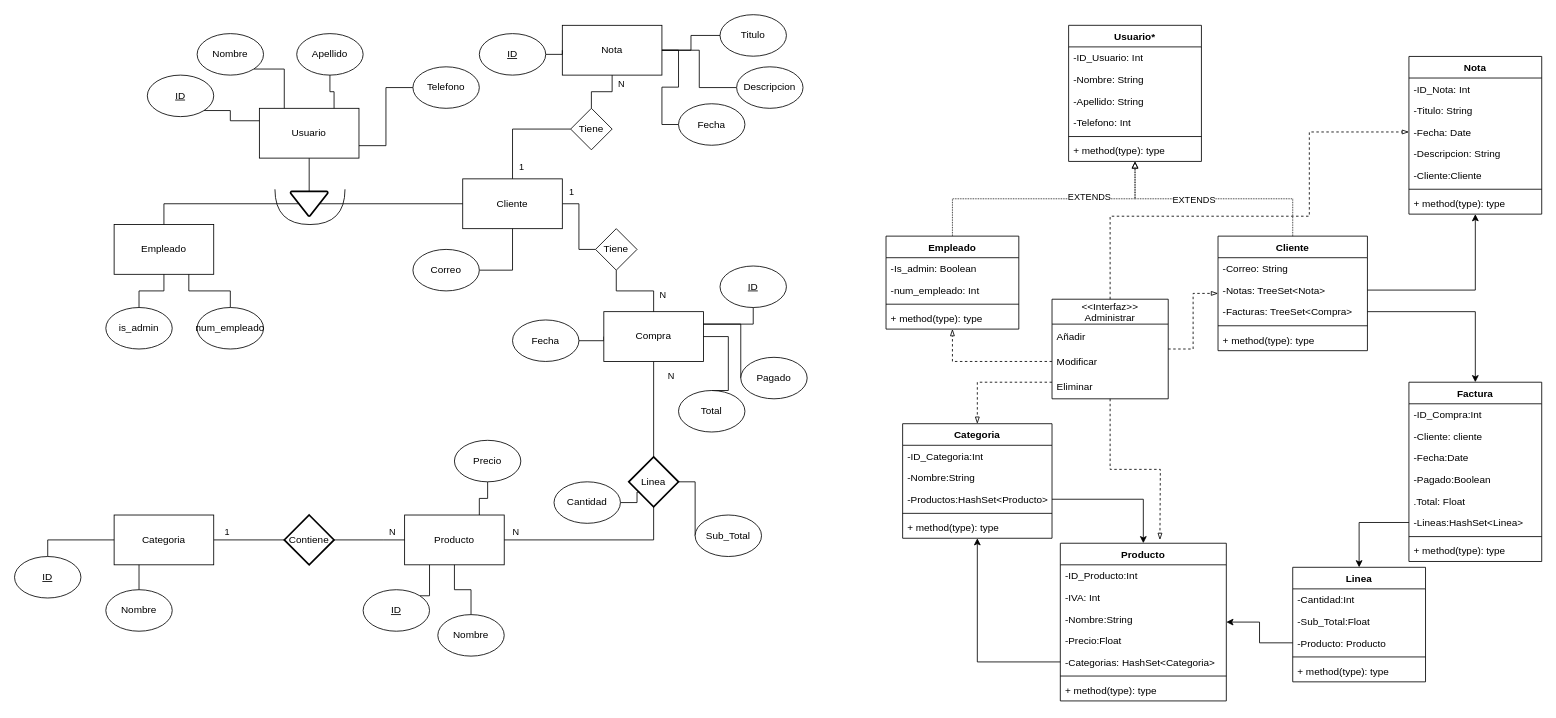
The draw.io diagram Trabajo_Fin_Curso1/TPV_TrabajoFinal_FJ_Villalba.drawio in villalba189/TrabajoFinal, before the edit. Source tidied: cells renumbered, new cells numbered last; positions are measured from the earlier drawing's top-left corner, leaving out a move shared by most shapes. Both pictures are drawn from the tidied source at 83%, with x=0, y=0 at pixel (14, 14).
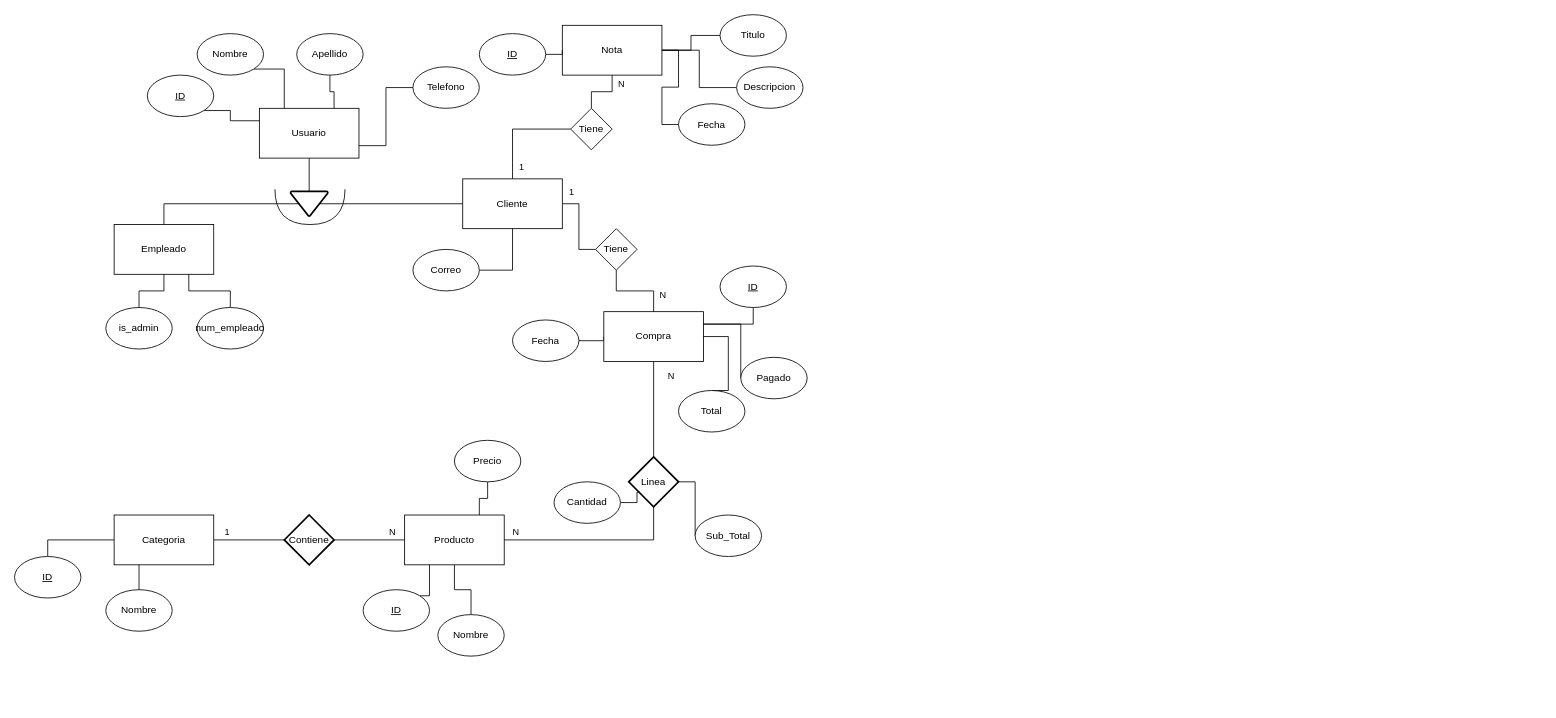
The same diagram, later.

Commit message (it also covers changes not shown here):
Ultimos Detalles.

Change to the diagram source:
```diff
@@
-    <mxCell id="69" style="edgeStyle=orthogonalEdgeStyle;rounded=0;jettySize=auto;html=1;exitX=0.5;exitY=0;exitDx=0;exitDy=0;dashed=1;dashPattern=1 1;endArrow=block;endFill=0;" parent="1" edge="1" source="71" target="76">
-      <mxGeometry relative="1" as="geometry" />
-    </mxCell>
-    <mxCell id="70" value="EXTENDS" style="edgeLabel;html=1;align=center;verticalAlign=middle;" parent="69" vertex="1">
-      <mxGeometry x="0.35" y="3" relative="1" as="geometry" />
-    </mxCell>
-    <mxCell id="71" value="Empleado" style="swimlane;fontStyle=1;align=center;verticalAlign=top;horizontal=1;startSize=26;" parent="1" vertex="1">
-      <mxGeometry x="1050" y="267" width="160" height="112" as="geometry" />
-    </mxCell>
-    <mxCell id="72" value="-Is_admin: Boolean" style="text;strokeColor=none;fillColor=none;align=left;verticalAlign=top;spacingLeft=4;spacingRight=4;overflow=hidden;" parent="71" vertex="1">
-      <mxGeometry y="26" width="160" height="26" as="geometry" />
-    </mxCell>
-    <mxCell id="73" value="-num_empleado: Int" style="text;strokeColor=none;fillColor=none;align=left;verticalAlign=top;spacingLeft=4;spacingRight=4;overflow=hidden;" parent="71" vertex="1">
-      <mxGeometry y="52" width="160" height="26" as="geometry" />
-    </mxCell>
-    <mxCell id="74" style="line;strokeWidth=1;fillColor=none;align=left;verticalAlign=middle;spacingTop=-1;spacingLeft=3;spacingRight=3;labelPosition=right;strokeColor=inherit;" parent="71" vertex="1">
-      <mxGeometry y="78" width="160" height="8" as="geometry" />
-    </mxCell>
-    <mxCell id="75" value="+ method(type): type" style="text;strokeColor=none;fillColor=none;align=left;verticalAlign=top;spacingLeft=4;spacingRight=4;overflow=hidden;" parent="71" vertex="1">
-      <mxGeometry y="86" width="160" height="26" as="geometry" />
-    </mxCell>
-    <mxCell id="76" value="Usuario*" style="swimlane;fontStyle=1;align=center;verticalAlign=top;horizontal=1;startSize=26;" parent="1" vertex="1">
-      <mxGeometry x="1270" y="13" width="160" height="164" as="geometry" />
-    </mxCell>
-    <mxCell id="77" value="-ID_Usuario: Int" style="text;strokeColor=none;fillColor=none;align=left;verticalAlign=top;spacingLeft=4;spacingRight=4;overflow=hidden;" parent="76" vertex="1">
-      <mxGeometry y="26" width="160" height="26" as="geometry" />
-    </mxCell>
-    <mxCell id="78" value="-Nombre: String   " style="text;strokeColor=none;fillColor=none;align=left;verticalAlign=top;spacingLeft=4;spacingRight=4;overflow=hidden;" parent="76" vertex="1">
-      <mxGeometry y="52" width="160" height="26" as="geometry" />
-    </mxCell>
-    <mxCell id="79" value="-Apellido: String" style="text;strokeColor=none;fillColor=none;align=left;verticalAlign=top;spacingLeft=4;spacingRight=4;overflow=hidden;" parent="76" vertex="1">
-      <mxGeometry y="78" width="160" height="26" as="geometry" />
-    </mxCell>
-    <mxCell id="80" value="-Telefono: Int" style="text;strokeColor=none;fillColor=none;align=left;verticalAlign=top;spacingLeft=4;spacingRight=4;overflow=hidden;" parent="76" vertex="1">
-      <mxGeometry y="104" width="160" height="26" as="geometry" />
-    </mxCell>
-    <mxCell id="81" style="line;strokeWidth=1;fillColor=none;align=left;verticalAlign=middle;spacingTop=-1;spacingLeft=3;spacingRight=3;labelPosition=right;strokeColor=inherit;" parent="76" vertex="1">
-      <mxGeometry y="130" width="160" height="8" as="geometry" />
-    </mxCell>
-    <mxCell id="82" value="+ method(type): type" style="text;strokeColor=none;fillColor=none;align=left;verticalAlign=top;spacingLeft=4;spacingRight=4;overflow=hidden;" parent="76" vertex="1">
-      <mxGeometry y="138" width="160" height="26" as="geometry" />
-    </mxCell>
-    <mxCell id="83" value="Cliente" style="swimlane;fontStyle=1;align=center;verticalAlign=top;horizontal=1;startSize=26;" parent="1" vertex="1">
-      <mxGeometry x="1450" y="267" width="180" height="138" as="geometry" />
-    </mxCell>
-    <mxCell id="84" value="-Correo: String" style="text;strokeColor=none;fillColor=none;align=left;verticalAlign=top;spacingLeft=4;spacingRight=4;overflow=hidden;" parent="83" vertex="1">
-      <mxGeometry y="26" width="180" height="26" as="geometry" />
-    </mxCell>
-    <mxCell id="85" value="-Notas: TreeSet&lt;Nota&gt;" style="text;strokeColor=none;fillColor=none;align=left;verticalAlign=top;spacingLeft=4;spacingRight=4;overflow=hidden;points=[[0,0.5],[1,0.5]];portConstraint=eastwest;" parent="83" vertex="1">
-      <mxGeometry y="52" width="180" height="26" as="geometry" />
-    </mxCell>
-    <mxCell id="86" value="-Facturas: TreeSet&lt;Compra&gt;" style="text;strokeColor=none;fillColor=none;align=left;verticalAlign=top;spacingLeft=4;spacingRight=4;overflow=hidden;points=[[0,0.5],[1,0.5]];portConstraint=eastwest;" parent="83" vertex="1">
-      <mxGeometry y="78" width="180" height="26" as="geometry" />
-    </mxCell>
-    <mxCell id="87" style="line;strokeWidth=1;fillColor=none;align=left;verticalAlign=middle;spacingTop=-1;spacingLeft=3;spacingRight=3;labelPosition=right;strokeColor=inherit;" parent="83" vertex="1">
-      <mxGeometry y="104" width="180" height="8" as="geometry" />
-    </mxCell>
-    <mxCell id="88" value="+ method(type): type" style="text;strokeColor=none;fillColor=none;align=left;verticalAlign=top;spacingLeft=4;spacingRight=4;overflow=hidden;" parent="83" vertex="1">
-      <mxGeometry y="112" width="180" height="26" as="geometry" />
-    </mxCell>
-    <mxCell id="89" value="Nota" style="swimlane;fontStyle=1;align=center;verticalAlign=top;horizontal=1;startSize=26;" parent="1" vertex="1">
-      <mxGeometry x="1680" y="50.5" width="160" height="190" as="geometry" />
-    </mxCell>
-    <mxCell id="90" value="-ID_Nota: Int" style="text;strokeColor=none;fillColor=none;align=left;verticalAlign=top;spacingLeft=4;spacingRight=4;overflow=hidden;" parent="89" vertex="1">
-      <mxGeometry y="26" width="160" height="26" as="geometry" />
-    </mxCell>
-    <mxCell id="91" value="-Titulo: String " style="text;strokeColor=none;fillColor=none;align=left;verticalAlign=top;spacingLeft=4;spacingRight=4;overflow=hidden;" parent="89" vertex="1">
-      <mxGeometry y="52" width="160" height="26" as="geometry" />
-    </mxCell>
-    <mxCell id="92" value="-Fecha: Date" style="text;strokeColor=none;fillColor=none;align=left;verticalAlign=top;spacingLeft=4;spacingRight=4;overflow=hidden;points=[[0,0.5],[1,0.5]];portConstraint=eastwest;" parent="89" vertex="1">
-      <mxGeometry y="78" width="160" height="26" as="geometry" />
-    </mxCell>
-    <mxCell id="93" value="-Descripcion: String" style="text;strokeColor=none;fillColor=none;align=left;verticalAlign=top;spacingLeft=4;spacingRight=4;overflow=hidden;" parent="89" vertex="1">
-      <mxGeometry y="104" width="160" height="26" as="geometry" />
-    </mxCell>
-    <mxCell id="94" value="-Cliente:Cliente" style="text;strokeColor=none;fillColor=none;align=left;verticalAlign=top;spacingLeft=4;spacingRight=4;overflow=hidden;" parent="89" vertex="1">
-      <mxGeometry y="130" width="160" height="26" as="geometry" />
-    </mxCell>
-    <mxCell id="95" style="line;strokeWidth=1;fillColor=none;align=left;verticalAlign=middle;spacingTop=-1;spacingLeft=3;spacingRight=3;labelPosition=right;strokeColor=inherit;" parent="89" vertex="1">
-      <mxGeometry y="156" width="160" height="8" as="geometry" />
-    </mxCell>
-    <mxCell id="96" value="+ method(type): type" style="text;strokeColor=none;fillColor=none;align=left;verticalAlign=top;spacingLeft=4;spacingRight=4;overflow=hidden;" parent="89" vertex="1">
-      <mxGeometry y="164" width="160" height="26" as="geometry" />
-    </mxCell>
-    <mxCell id="97" value="Factura" style="swimlane;fontStyle=1;align=center;verticalAlign=top;horizontal=1;startSize=26;" parent="1" vertex="1">
-      <mxGeometry x="1680" y="443" width="160" height="216" as="geometry" />
-    </mxCell>
-    <mxCell id="98" value="-ID_Compra:Int" style="text;strokeColor=none;fillColor=none;align=left;verticalAlign=top;spacingLeft=4;spacingRight=4;overflow=hidden;" parent="97" vertex="1">
-      <mxGeometry y="26" width="160" height="26" as="geometry" />
-    </mxCell>
-    <mxCell id="99" value="-Cliente: cliente" style="text;strokeColor=none;fillColor=none;align=left;verticalAlign=top;spacingLeft=4;spacingRight=4;overflow=hidden;" parent="97" vertex="1">
-      <mxGeometry y="52" width="160" height="26" as="geometry" />
-    </mxCell>
-    <mxCell id="100" value="-Fecha:Date" style="text;strokeColor=none;fillColor=none;align=left;verticalAlign=top;spacingLeft=4;spacingRight=4;overflow=hidden;" parent="97" vertex="1">
-      <mxGeometry y="78" width="160" height="26" as="geometry" />
-    </mxCell>
-    <mxCell id="101" value="-Pagado:Boolean" style="text;strokeColor=none;fillColor=none;align=left;verticalAlign=top;spacingLeft=4;spacingRight=4;overflow=hidden;" parent="97" vertex="1">
-      <mxGeometry y="104" width="160" height="26" as="geometry" />
-    </mxCell>
-    <mxCell id="102" value=".Total: Float" style="text;strokeColor=none;fillColor=none;align=left;verticalAlign=top;spacingLeft=4;spacingRight=4;overflow=hidden;" parent="97" vertex="1">
-      <mxGeometry y="130" width="160" height="26" as="geometry" />
-    </mxCell>
-    <mxCell id="103" value="-Lineas:HashSet&lt;Linea&gt;" style="text;strokeColor=none;fillColor=none;align=left;verticalAlign=top;spacingLeft=4;spacingRight=4;overflow=hidden;points=[[0,0.5],[1,0.5]];portConstraint=eastwest;" parent="97" vertex="1">
-      <mxGeometry y="156" width="160" height="26" as="geometry" />
-    </mxCell>
-    <mxCell id="104" style="line;strokeWidth=1;fillColor=none;align=left;verticalAlign=middle;spacingTop=-1;spacingLeft=3;spacingRight=3;labelPosition=right;strokeColor=inherit;" parent="97" vertex="1">
-      <mxGeometry y="182" width="160" height="8" as="geometry" />
-    </mxCell>
-    <mxCell id="105" value="+ method(type): type" style="text;strokeColor=none;fillColor=none;align=left;verticalAlign=top;spacingLeft=4;spacingRight=4;overflow=hidden;" parent="97" vertex="1">
-      <mxGeometry y="190" width="160" height="26" as="geometry" />
-    </mxCell>
-    <mxCell id="106" value="Producto" style="swimlane;fontStyle=1;align=center;verticalAlign=top;horizontal=1;startSize=26;" parent="1" vertex="1">
-      <mxGeometry x="1260" y="637" width="200" height="190" as="geometry" />
-    </mxCell>
-    <mxCell id="107" value="-ID_Producto:Int" style="text;strokeColor=none;fillColor=none;align=left;verticalAlign=top;spacingLeft=4;spacingRight=4;overflow=hidden;" parent="106" vertex="1">
-      <mxGeometry y="26" width="200" height="26" as="geometry" />
-    </mxCell>
-    <mxCell id="108" value="-IVA: Int" style="text;strokeColor=none;fillColor=none;align=left;verticalAlign=top;spacingLeft=4;spacingRight=4;overflow=hidden;" parent="106" vertex="1">
-      <mxGeometry y="52" width="200" height="26" as="geometry" />
-    </mxCell>
-    <mxCell id="109" value="-Nombre:String" style="text;strokeColor=none;fillColor=none;align=left;verticalAlign=top;spacingLeft=4;spacingRight=4;overflow=hidden;" parent="106" vertex="1">
-      <mxGeometry y="78" width="200" height="26" as="geometry" />
-    </mxCell>
-    <mxCell id="110" value="-Precio:Float" style="text;strokeColor=none;fillColor=none;align=left;verticalAlign=top;spacingLeft=4;spacingRight=4;overflow=hidden;" parent="106" vertex="1">
-      <mxGeometry y="104" width="200" height="26" as="geometry" />
-    </mxCell>
-    <mxCell id="111" value="-Categorias: HashSet&lt;Categoria&gt;" style="text;strokeColor=none;fillColor=none;align=left;verticalAlign=top;spacingLeft=4;spacingRight=4;overflow=hidden;points=[[0,0.5],[1,0.5]];portConstraint=eastwest;" parent="106" vertex="1">
-      <mxGeometry y="130" width="200" height="26" as="geometry" />
-    </mxCell>
-    <mxCell id="112" style="line;strokeWidth=1;fillColor=none;align=left;verticalAlign=middle;spacingTop=-1;spacingLeft=3;spacingRight=3;labelPosition=right;strokeColor=inherit;" parent="106" vertex="1">
-      <mxGeometry y="156" width="200" height="8" as="geometry" />
-    </mxCell>
-    <mxCell id="113" value="+ method(type): type" style="text;strokeColor=none;fillColor=none;align=left;verticalAlign=top;spacingLeft=4;spacingRight=4;overflow=hidden;" parent="106" vertex="1">
-      <mxGeometry y="164" width="200" height="26" as="geometry" />
-    </mxCell>
-    <mxCell id="114" value="Categoria" style="swimlane;fontStyle=1;align=center;verticalAlign=top;horizontal=1;startSize=26;" parent="1" vertex="1">
-      <mxGeometry x="1070" y="493" width="180" height="138" as="geometry" />
-    </mxCell>
-    <mxCell id="115" value="-ID_Categoria:Int" style="text;strokeColor=none;fillColor=none;align=left;verticalAlign=top;spacingLeft=4;spacingRight=4;overflow=hidden;" parent="114" vertex="1">
-      <mxGeometry y="26" width="180" height="26" as="geometry" />
-    </mxCell>
-    <mxCell id="116" value="-Nombre:String" style="text;strokeColor=none;fillColor=none;align=left;verticalAlign=top;spacingLeft=4;spacingRight=4;overflow=hidden;" parent="114" vertex="1">
-      <mxGeometry y="52" width="180" height="26" as="geometry" />
-    </mxCell>
-    <mxCell id="117" value="-Productos:HashSet&lt;Producto&gt;" style="text;strokeColor=none;fillColor=none;align=left;verticalAlign=top;spacingLeft=4;spacingRight=4;overflow=hidden;points=[[0,0.5],[1,0.5]];portConstraint=eastwest;" parent="114" vertex="1">
-      <mxGeometry y="78" width="180" height="26" as="geometry" />
-    </mxCell>
-    <mxCell id="118" style="line;strokeWidth=1;fillColor=none;align=left;verticalAlign=middle;spacingTop=-1;spacingLeft=3;spacingRight=3;labelPosition=right;strokeColor=inherit;" parent="114" vertex="1">
-      <mxGeometry y="104" width="180" height="8" as="geometry" />
-    </mxCell>
-    <mxCell id="119" value="+ method(type): type" style="text;strokeColor=none;fillColor=none;align=left;verticalAlign=top;spacingLeft=4;spacingRight=4;overflow=hidden;" parent="114" vertex="1">
-      <mxGeometry y="112" width="180" height="26" as="geometry" />
-    </mxCell>
@@
-    <mxCell id="126" value="Linea" style="swimlane;fontStyle=1;align=center;verticalAlign=top;horizontal=1;startSize=26;" parent="1" vertex="1">
-      <mxGeometry x="1540" y="666" width="160" height="138" as="geometry" />
-    </mxCell>
-    <mxCell id="127" value="-Cantidad:Int" style="text;strokeColor=none;fillColor=none;align=left;verticalAlign=top;spacingLeft=4;spacingRight=4;overflow=hidden;" parent="126" vertex="1">
-      <mxGeometry y="26" width="160" height="26" as="geometry" />
-    </mxCell>
-    <mxCell id="128" value="-Sub_Total:Float" style="text;strokeColor=none;fillColor=none;align=left;verticalAlign=top;spacingLeft=4;spacingRight=4;overflow=hidden;" parent="126" vertex="1">
-      <mxGeometry y="52" width="160" height="26" as="geometry" />
-    </mxCell>
-    <mxCell id="129" value="-Producto: Producto" style="text;strokeColor=none;fillColor=none;align=left;verticalAlign=top;spacingLeft=4;spacingRight=4;overflow=hidden;points=[[0,0.5],[1,0.5]];portConstraint=eastwest;" parent="126" vertex="1">
-      <mxGeometry y="78" width="160" height="26" as="geometry" />
-    </mxCell>
-    <mxCell id="130" style="line;strokeWidth=1;fillColor=none;align=left;verticalAlign=middle;spacingTop=-1;spacingLeft=3;spacingRight=3;labelPosition=right;strokeColor=inherit;" parent="126" vertex="1">
-      <mxGeometry y="104" width="160" height="8" as="geometry" />
-    </mxCell>
-    <mxCell id="131" value="+ method(type): type" style="text;strokeColor=none;fillColor=none;align=left;verticalAlign=top;spacingLeft=4;spacingRight=4;overflow=hidden;" parent="126" vertex="1">
-      <mxGeometry y="112" width="160" height="26" as="geometry" />
-    </mxCell>
-    <mxCell id="132" style="edgeStyle=orthogonalEdgeStyle;rounded=0;jettySize=auto;html=1;dashed=1;dashPattern=1 1;endArrow=block;endFill=0;exitX=0.5;exitY=0;exitDx=0;exitDy=0;" parent="1" edge="1" source="83" target="76">
-      <mxGeometry relative="1" as="geometry" />
-    </mxCell>
-    <mxCell id="133" value="EXTENDS" style="edgeLabel;html=1;align=center;verticalAlign=middle;" parent="132" vertex="1">
-      <mxGeometry x="0.35" y="3" relative="1" as="geometry">
-        <mxPoint x="24" y="-2" as="offset" />
-      </mxGeometry>
-    </mxCell>
-    <mxCell id="134" style="edgeStyle=orthogonalEdgeStyle;rounded=0;jettySize=auto;html=1;exitX=1;exitY=0.5;exitDx=0;exitDy=0;endArrow=classic;endFill=1;" parent="1" edge="1" source="85" target="89">
-      <mxGeometry relative="1" as="geometry" />
-    </mxCell>
-    <mxCell id="135" style="edgeStyle=orthogonalEdgeStyle;rounded=0;jettySize=auto;html=1;exitX=1;exitY=0.5;exitDx=0;exitDy=0;endArrow=classic;endFill=1;" parent="1" edge="1" source="86" target="97">
-      <mxGeometry relative="1" as="geometry" />
-    </mxCell>
-    <mxCell id="136" style="edgeStyle=orthogonalEdgeStyle;rounded=0;jettySize=auto;html=1;endArrow=classic;endFill=1;" parent="1" edge="1" source="103" target="126">
-      <mxGeometry relative="1" as="geometry" />
-    </mxCell>
-    <mxCell id="137" style="edgeStyle=orthogonalEdgeStyle;rounded=0;jettySize=auto;html=1;exitX=0;exitY=0.5;exitDx=0;exitDy=0;endArrow=classic;endFill=1;" parent="1" edge="1" source="129" target="106">
-      <mxGeometry relative="1" as="geometry" />
-    </mxCell>
-    <mxCell id="138" style="edgeStyle=orthogonalEdgeStyle;rounded=0;jettySize=auto;html=1;exitX=0;exitY=0.5;exitDx=0;exitDy=0;endArrow=classic;endFill=1;" parent="1" edge="1" source="111" target="114">
-      <mxGeometry relative="1" as="geometry" />
-    </mxCell>
-    <mxCell id="139" style="edgeStyle=orthogonalEdgeStyle;rounded=0;jettySize=auto;html=1;exitX=1;exitY=0.5;exitDx=0;exitDy=0;endArrow=classic;endFill=1;" parent="1" edge="1" source="117" target="106">
-      <mxGeometry relative="1" as="geometry" />
-    </mxCell>
@@
-    <mxCell id="142" value="&lt;&lt;Interfaz&gt;&gt;&#10;Administrar" style="swimlane;fontStyle=0;horizontal=1;startSize=30;" parent="1" vertex="1">
-      <mxGeometry x="1250" y="343" width="140" height="120" as="geometry" />
-    </mxCell>
-    <mxCell id="143" value="Añadir" style="text;strokeColor=none;fillColor=none;align=left;verticalAlign=middle;spacingLeft=4;spacingRight=4;overflow=hidden;" parent="142" vertex="1">
-      <mxGeometry y="30" width="140" height="30" as="geometry" />
-    </mxCell>
-    <mxCell id="144" value="Modificar" style="text;strokeColor=none;fillColor=none;align=left;verticalAlign=middle;spacingLeft=4;spacingRight=4;overflow=hidden;points=[[0,0.5],[1,0.5]];portConstraint=eastwest;" parent="142" vertex="1">
-      <mxGeometry y="60" width="140" height="30" as="geometry" />
-    </mxCell>
-    <mxCell id="145" value="Eliminar" style="text;strokeColor=none;fillColor=none;align=left;verticalAlign=middle;spacingLeft=4;spacingRight=4;overflow=hidden;" parent="142" vertex="1">
-      <mxGeometry y="90" width="140" height="30" as="geometry" />
-    </mxCell>
-    <mxCell id="146" style="edgeStyle=orthogonalEdgeStyle;rounded=0;jettySize=auto;html=1;endArrow=blockThin;endFill=0;dashed=1;" parent="1" edge="1" source="142" target="114">
-      <mxGeometry relative="1" as="geometry">
-        <Array as="points">
-          <mxPoint x="1160" y="443" />
-        </Array>
-      </mxGeometry>
-    </mxCell>
-    <mxCell id="147" style="edgeStyle=orthogonalEdgeStyle;rounded=0;jettySize=auto;html=1;endArrow=blockThin;endFill=0;dashed=1;exitX=0;exitY=0.5;exitDx=0;exitDy=0;" parent="1" edge="1" source="144" target="71">
-      <mxGeometry relative="1" as="geometry" />
-    </mxCell>
-    <mxCell id="148" style="edgeStyle=orthogonalEdgeStyle;rounded=0;jettySize=auto;html=1;endArrow=blockThin;endFill=0;dashed=1;" parent="1" edge="1" source="142">
-      <mxGeometry relative="1" as="geometry">
-        <mxPoint x="1380" y="633" as="targetPoint" />
-      </mxGeometry>
-    </mxCell>
-    <mxCell id="149" style="edgeStyle=orthogonalEdgeStyle;rounded=0;jettySize=auto;html=1;endArrow=blockThin;endFill=0;dashed=1;" parent="1" edge="1" source="142" target="83">
-      <mxGeometry relative="1" as="geometry" />
-    </mxCell>
-    <mxCell id="150" style="edgeStyle=orthogonalEdgeStyle;rounded=0;jettySize=auto;html=1;endArrow=blockThin;endFill=0;dashed=1;entryX=0;entryY=0.5;entryDx=0;entryDy=0;" parent="1" edge="1" source="142" target="92">
-      <mxGeometry relative="1" as="geometry">
-        <Array as="points">
-          <mxPoint x="1320" y="243" />
-          <mxPoint x="1560" y="243" />
-          <mxPoint x="1560" y="142" />
-        </Array>
-      </mxGeometry>
-    </mxCell>
```
